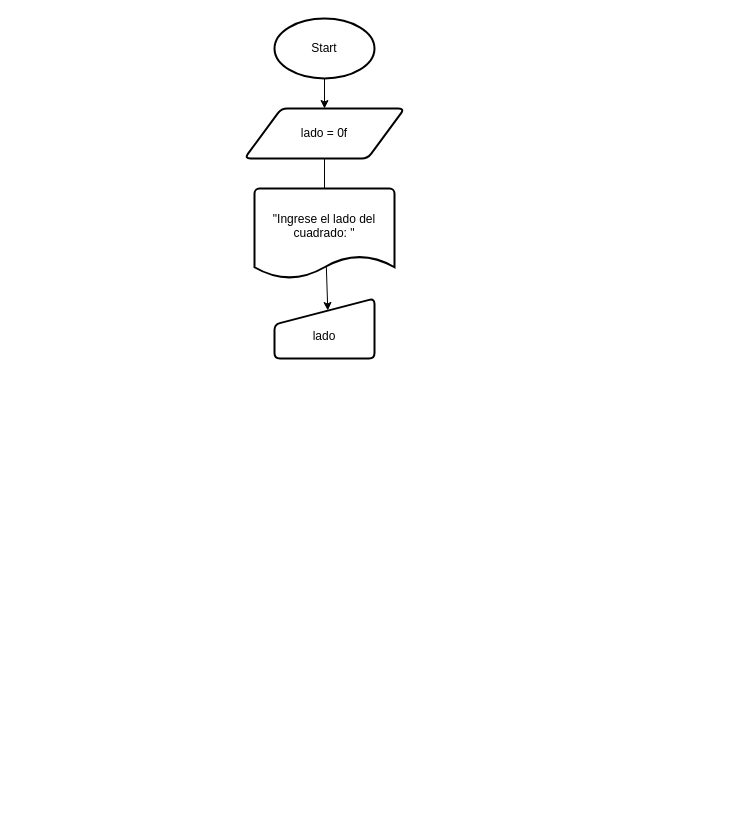
Above: AreaDeUnCuadrado.drawio in AnthonyLozadaAlexander/DiagramaDeFlujos (draw.io), before the change. Source tidied: cells renumbered, new cells numbered last; positions are measured from the earlier drawing's top-left corner, leaving out a move shared by most shapes. Both pictures are drawn from the tidied source at 100%, with x=0, y=0 at pixel (244, 18).
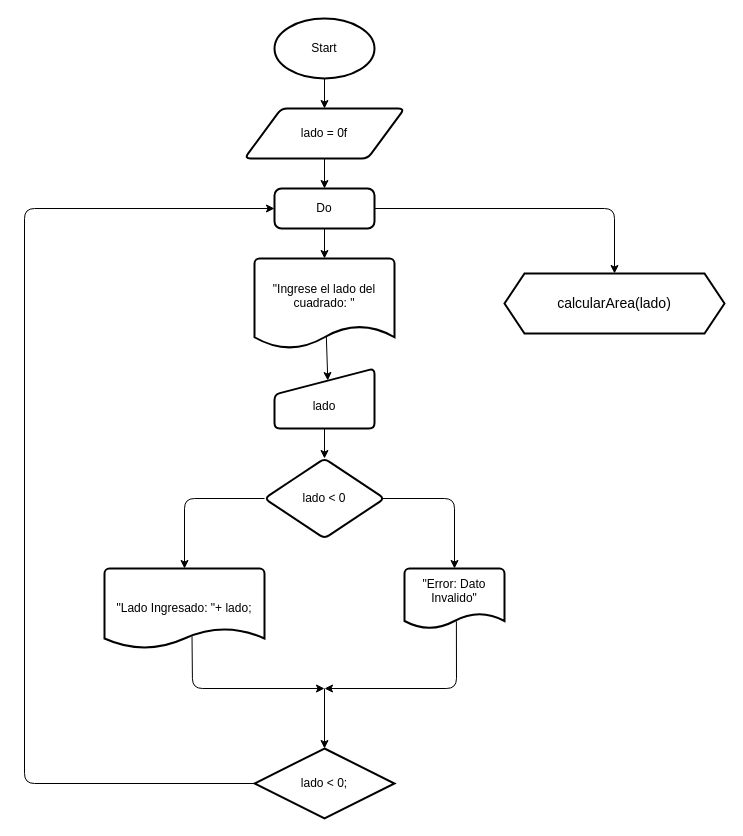
After the change.

Commit message:
Actualizar diagrama de flujo para corregir la disposición de elementos y agregar lógica para calcular el área de un cuadrado.

The change refers to these unchanged cells:
```xml
<mxCell id="5" value="lado = 0f" style="shape=parallelogram;html=1;strokeWidth=2;perimeter=parallelogramPerimeter;whiteSpace=wrap;rounded=1;arcSize=12;size=0.23;" parent="1" vertex="1">
  <mxGeometry y="90" width="160" height="50" as="geometry" />
</mxCell>
```

Change to the diagram source:
```diff
@@
-    <mxCell id="4" style="edgeStyle=none;html=1;" parent="1" edge="1" source="5">
-      <mxGeometry relative="1" as="geometry">
-        <mxPoint x="80" y="180" as="targetPoint" />
-      </mxGeometry>
+    <mxCell id="4" style="edgeStyle=none;html=1;entryX=0.5;entryY=0;entryDx=0;entryDy=0;" parent="1" edge="1" source="5" target="21">
+      <mxGeometry relative="1" as="geometry" />
     </mxCell>
@@
     <mxCell id="6" value="&quot;Ingrese el lado del cuadrado: &quot;&lt;div&gt;&lt;br&gt;&lt;/div&gt;" style="strokeWidth=2;html=1;shape=mxgraph.flowchart.document2;whiteSpace=wrap;size=0.25;" parent="1" vertex="1">
-      <mxGeometry x="10" y="170" width="140" height="90" as="geometry" />
+      <mxGeometry x="10" y="240" width="140" height="90" as="geometry" />
     </mxCell>
+    <mxCell id="9" style="edgeStyle=none;html=1;" parent="1" edge="1" source="7" target="10">
+      <mxGeometry relative="1" as="geometry" />
+    </mxCell>
     <mxCell id="7" value="&lt;div&gt;&lt;br&gt;&lt;/div&gt;&lt;div&gt;lado&lt;/div&gt;" style="html=1;strokeWidth=2;shape=manualInput;whiteSpace=wrap;rounded=1;size=26;arcSize=11;" parent="1" vertex="1">
-      <mxGeometry x="30" y="280" width="100" height="60" as="geometry" />
+      <mxGeometry x="30" y="350" width="100" height="60" as="geometry" />
     </mxCell>
@@
+    <mxCell id="10" value="lado &amp;lt; 0" style="rhombus;whiteSpace=wrap;html=1;strokeWidth=2;rounded=1;arcSize=11;" parent="1" vertex="1">
+      <mxGeometry x="20" y="440" width="120" height="80" as="geometry" />
+    </mxCell>
+    <mxCell id="11" style="edgeStyle=none;html=1;entryX=0.5;entryY=0;entryDx=0;entryDy=0;entryPerimeter=0;" parent="1" edge="1" target="14">
+      <mxGeometry relative="1" as="geometry">
+        <mxPoint x="20" y="480" as="sourcePoint" />
+        <Array as="points">
+          <mxPoint x="-60" y="480" />
+        </Array>
+      </mxGeometry>
+    </mxCell>
+    <mxCell id="12" style="edgeStyle=none;html=1;entryX=0.5;entryY=0;entryDx=0;entryDy=0;entryPerimeter=0;exitX=0.975;exitY=0.505;exitDx=0;exitDy=0;exitPerimeter=0;" parent="1" edge="1" target="16">
+      <mxGeometry relative="1" as="geometry">
+        <mxPoint x="137" y="480" as="sourcePoint" />
+        <Array as="points">
+          <mxPoint x="210" y="480" />
+        </Array>
+      </mxGeometry>
+    </mxCell>
+    <mxCell id="13" style="edgeStyle=none;html=1;exitX=0.547;exitY=0.847;exitDx=0;exitDy=0;exitPerimeter=0;" parent="1" edge="1" source="14">
+      <mxGeometry relative="1" as="geometry">
+        <mxPoint x="80" y="670" as="targetPoint" />
+        <Array as="points">
+          <mxPoint x="-52" y="670" />
+        </Array>
+      </mxGeometry>
+    </mxCell>
+    <mxCell id="14" value="&lt;div&gt;&quot;Lado Ingresado: &quot;+ lado;&lt;/div&gt;" style="strokeWidth=2;html=1;shape=mxgraph.flowchart.document2;whiteSpace=wrap;size=0.25;" parent="1" vertex="1">
+      <mxGeometry x="-140" y="550" width="160" height="80" as="geometry" />
+    </mxCell>
+    <mxCell id="15" style="edgeStyle=none;html=1;exitX=0.519;exitY=0.881;exitDx=0;exitDy=0;exitPerimeter=0;" parent="1" edge="1" source="16">
+      <mxGeometry relative="1" as="geometry">
+        <mxPoint x="80" y="670" as="targetPoint" />
+        <Array as="points">
+          <mxPoint x="212" y="670" />
+        </Array>
+      </mxGeometry>
+    </mxCell>
+    <mxCell id="16" value="&quot;Error: Dato Invalido&quot;&lt;div&gt;&lt;br&gt;&lt;/div&gt;" style="strokeWidth=2;html=1;shape=mxgraph.flowchart.document2;whiteSpace=wrap;size=0.25;" parent="1" vertex="1">
+      <mxGeometry x="160" y="550" width="100" height="60" as="geometry" />
+    </mxCell>
+    <mxCell id="17" style="edgeStyle=none;html=1;entryX=0;entryY=0.5;entryDx=0;entryDy=0;exitX=0;exitY=0.5;exitDx=0;exitDy=0;exitPerimeter=0;" parent="1" edge="1" source="18" target="21">
+      <mxGeometry relative="1" as="geometry">
+        <Array as="points">
+          <mxPoint x="-220" y="765" />
+          <mxPoint x="-220" y="190" />
+        </Array>
+      </mxGeometry>
+    </mxCell>
+    <mxCell id="18" value="lado &amp;lt; 0;" style="strokeWidth=2;html=1;shape=mxgraph.flowchart.decision;whiteSpace=wrap;" parent="1" vertex="1">
+      <mxGeometry x="10" y="730" width="140" height="70" as="geometry" />
+    </mxCell>
+    <mxCell id="19" style="edgeStyle=none;jettySize=auto;html=1;" parent="1" edge="1" target="18">
+      <mxGeometry relative="1" as="geometry">
+        <mxPoint x="80" y="670" as="sourcePoint" />
+      </mxGeometry>
+    </mxCell>
+    <mxCell id="20" style="edgeStyle=none;html=1;entryX=0.5;entryY=0;entryDx=0;entryDy=0;" parent="1" edge="1" source="21" target="23">
+      <mxGeometry relative="1" as="geometry">
+        <Array as="points">
+          <mxPoint x="370" y="190" />
+        </Array>
+      </mxGeometry>
+    </mxCell>
+    <mxCell id="21" value="Do" style="rounded=1;whiteSpace=wrap;html=1;absoluteArcSize=1;arcSize=14;strokeWidth=2;" parent="1" vertex="1">
+      <mxGeometry x="30" y="170" width="100" height="40" as="geometry" />
+    </mxCell>
+    <mxCell id="22" style="edgeStyle=none;html=1;entryX=0.5;entryY=0;entryDx=0;entryDy=0;entryPerimeter=0;" parent="1" edge="1" source="21" target="6">
+      <mxGeometry relative="1" as="geometry" />
+    </mxCell>
+    <mxCell id="23" value="calcularArea(lado)" style="shape=hexagon;perimeter=hexagonPerimeter2;whiteSpace=wrap;html=1;fixedSize=1;strokeWidth=2;fontSize=14;" parent="1" vertex="1">
+      <mxGeometry x="260" y="255" width="220" height="60" as="geometry" />
+    </mxCell>
```
